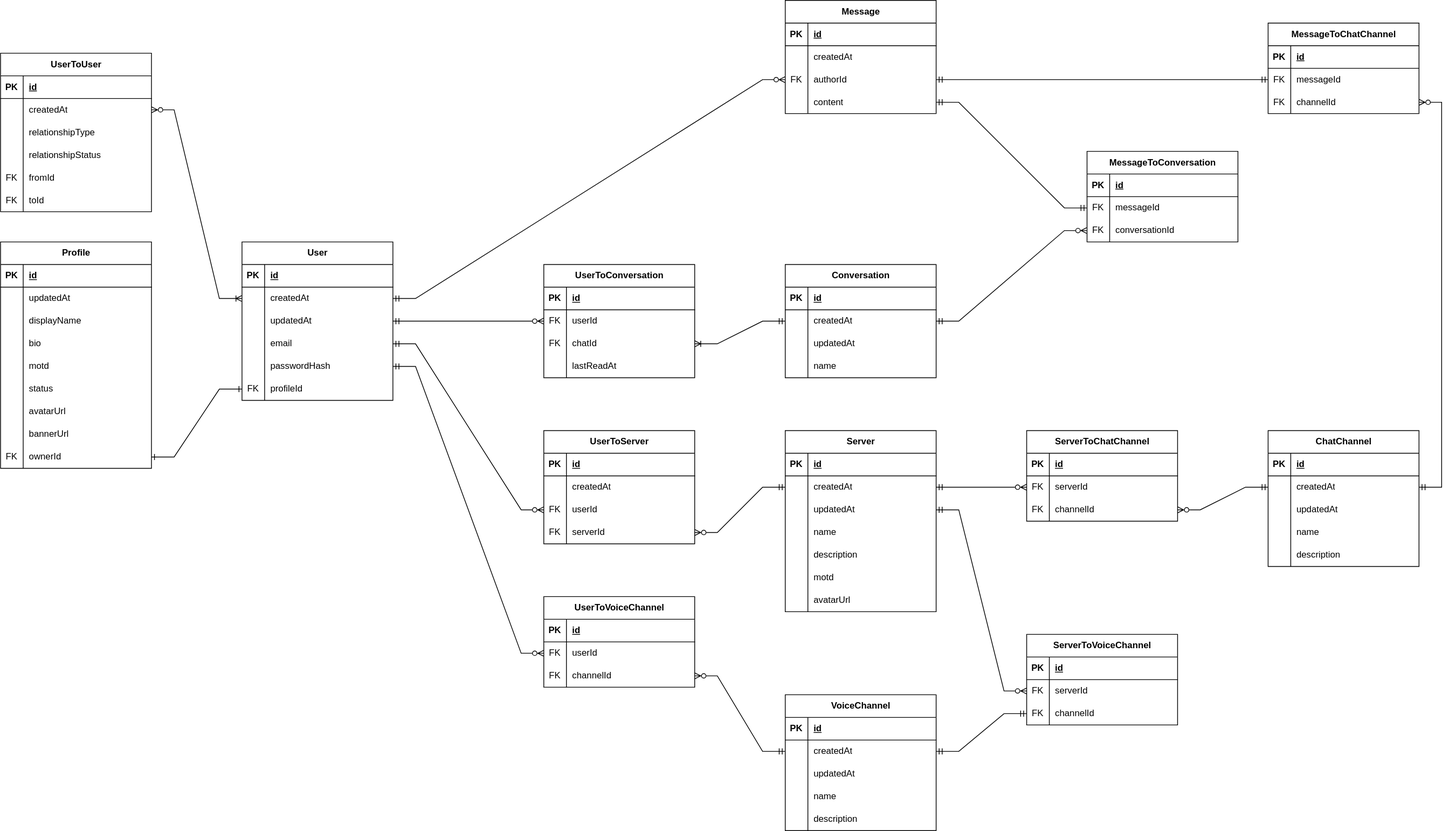
Earlier version of the draw.io export diagrams/er-diagram.svg (qonsensus/backend). Source tidied: cells renumbered, new cells last; positions are measured from the earlier drawing's top-left corner, leaving out a move shared by most shapes.
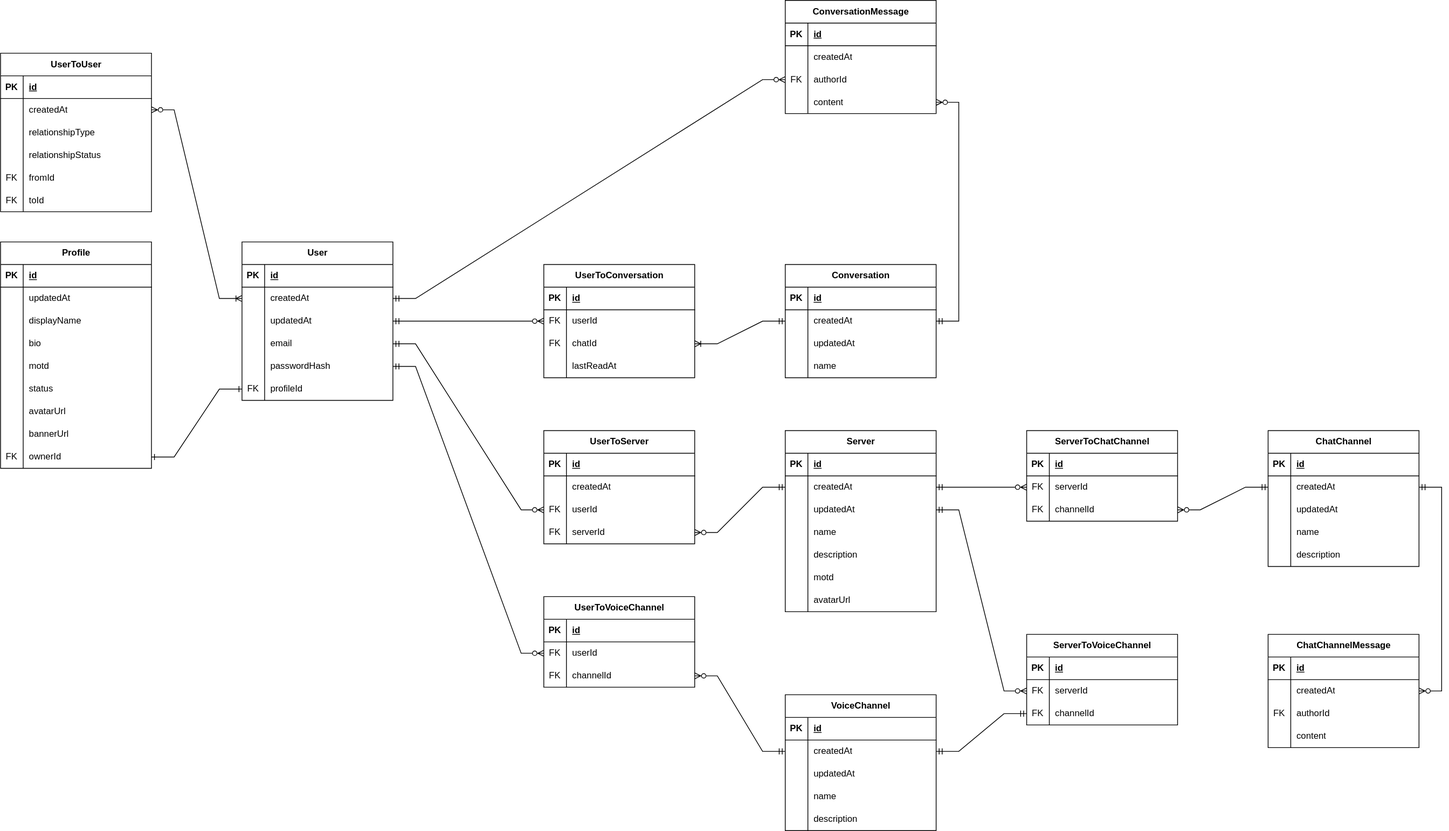
Later version of the same file.

Commit message:
feat: add ConversationMessage entity

Diff of the diagram source:
```diff
@@ -440,40 +440,10 @@
     <mxCell id="147" style="edgeStyle=entityRelationEdgeStyle;rounded=0;jettySize=auto;html=1;endArrow=ERmandOne;endFill=0;startArrow=ERzeroToMany;startFill=0;" parent="1" edge="1" source="127" target="135">
       <mxGeometry relative="1" as="geometry" />
     </mxCell>
-    <mxCell id="148" value="MessageToConversation" style="shape=table;startSize=30;rowLines=0;fontStyle=1;align=center;html=1;" parent="1" vertex="1">
-      <mxGeometry x="1440" y="200" width="200" height="120" as="geometry" />
-    </mxCell>
-    <mxCell id="149" style="shape=tableRow;horizontal=0;startSize=0;swimlaneHead=0;swimlaneBody=0;fillColor=none;top=0;left=0;right=0;bottom=1;" parent="148" vertex="1">
-      <mxGeometry y="30" width="200" height="30" as="geometry" />
-    </mxCell>
-    <mxCell id="150" value="PK" style="shape=partialRectangle;fillColor=none;top=0;left=0;bottom=0;right=0;fontStyle=1;overflow=hidden;whiteSpace=wrap;html=1;" parent="149" vertex="1">
-      <mxGeometry width="30" height="30" as="geometry" />
-    </mxCell>
-    <mxCell id="151" value="id" style="shape=partialRectangle;fillColor=none;top=0;left=0;bottom=0;right=0;align=left;spacingLeft=6;fontStyle=5;overflow=hidden;whiteSpace=wrap;html=1;" parent="149" vertex="1">
-      <mxGeometry x="30" width="170" height="30" as="geometry" />
-    </mxCell>
-    <mxCell id="152" style="shape=tableRow;horizontal=0;startSize=0;swimlaneHead=0;swimlaneBody=0;fillColor=none;points=[[0,0.5],[1,0.5]];portConstraint=eastwest;top=0;left=0;right=0;bottom=0;" parent="148" vertex="1">
-      <mxGeometry y="60" width="200" height="30" as="geometry" />
-    </mxCell>
-    <mxCell id="153" value="FK" style="shape=partialRectangle;fillColor=none;top=0;left=0;bottom=0;right=0;overflow=hidden;whiteSpace=wrap;html=1;" parent="152" vertex="1">
-      <mxGeometry width="30" height="30" as="geometry" />
-    </mxCell>
-    <mxCell id="154" value="messageId" style="shape=partialRectangle;fillColor=none;top=0;left=0;bottom=0;right=0;align=left;spacingLeft=6;overflow=hidden;whiteSpace=wrap;html=1;" parent="152" vertex="1">
-      <mxGeometry x="30" width="170" height="30" as="geometry" />
-    </mxCell>
-    <mxCell id="155" style="shape=tableRow;horizontal=0;startSize=0;swimlaneHead=0;swimlaneBody=0;fillColor=none;points=[[0,0.5],[1,0.5]];portConstraint=eastwest;top=0;left=0;right=0;bottom=0;" parent="148" vertex="1">
-      <mxGeometry y="90" width="200" height="30" as="geometry" />
-    </mxCell>
-    <mxCell id="156" value="FK" style="shape=partialRectangle;fillColor=none;top=0;left=0;bottom=0;right=0;overflow=hidden;whiteSpace=wrap;html=1;" parent="155" vertex="1">
-      <mxGeometry width="30" height="30" as="geometry" />
-    </mxCell>
-    <mxCell id="157" value="conversationId" style="shape=partialRectangle;fillColor=none;top=0;left=0;bottom=0;right=0;align=left;spacingLeft=6;overflow=hidden;whiteSpace=wrap;html=1;" parent="155" vertex="1">
-      <mxGeometry x="30" width="170" height="30" as="geometry" />
-    </mxCell>
-    <mxCell id="158" style="edgeStyle=entityRelationEdgeStyle;rounded=0;jettySize=auto;html=1;endArrow=ERmandOne;endFill=0;startArrow=ERzeroToMany;startFill=0;" parent="1" edge="1" source="155" target="74">
+    <mxCell id="158" style="edgeStyle=entityRelationEdgeStyle;rounded=0;jettySize=auto;html=1;endArrow=ERmandOne;endFill=0;startArrow=ERzeroToMany;startFill=0;exitX=1;exitY=0.5;exitDx=0;exitDy=0;" parent="1" edge="1" source="169" target="74">
       <mxGeometry relative="1" as="geometry" />
     </mxCell>
-    <mxCell id="159" value="Message" style="shape=table;startSize=30;rowLines=0;fontStyle=1;align=center;html=1;" parent="1" vertex="1">
+    <mxCell id="159" value="ConversationMessage" style="shape=table;startSize=30;rowLines=0;fontStyle=1;align=center;html=1;" parent="1" vertex="1">
       <mxGeometry x="1040" width="200" height="150" as="geometry" />
     </mxCell>
     <mxCell id="160" style="shape=tableRow;horizontal=0;startSize=0;swimlaneHead=0;swimlaneBody=0;fillColor=none;top=0;left=0;right=0;bottom=1;" parent="159" vertex="1">
@@ -512,46 +482,10 @@
     <mxCell id="171" value="content" style="shape=partialRectangle;fillColor=none;top=0;left=0;bottom=0;right=0;align=left;spacingLeft=6;overflow=hidden;whiteSpace=wrap;html=1;" parent="169" vertex="1">
       <mxGeometry x="30" width="170" height="30" as="geometry" />
     </mxCell>
-    <mxCell id="172" style="edgeStyle=entityRelationEdgeStyle;rounded=0;jettySize=auto;html=1;startArrow=ERmandOne;startFill=0;endArrow=ERmandOne;endFill=0;entryX=1;entryY=0.5;entryDx=0;entryDy=0;" parent="1" edge="1" source="152" target="169">
-      <mxGeometry relative="1" as="geometry" />
-    </mxCell>
     <mxCell id="173" style="edgeStyle=entityRelationEdgeStyle;rounded=0;jettySize=auto;html=1;entryX=1;entryY=0.5;entryDx=0;entryDy=0;endArrow=ERmandOne;endFill=0;startArrow=ERzeroToMany;startFill=0;" parent="1" edge="1" source="166" target="6">
       <mxGeometry relative="1" as="geometry" />
     </mxCell>
-    <mxCell id="174" value="MessageToChatChannel" style="shape=table;startSize=30;rowLines=0;fontStyle=1;align=center;html=1;" parent="1" vertex="1">
-      <mxGeometry x="1680" y="30" width="200" height="120" as="geometry" />
-    </mxCell>
-    <mxCell id="175" style="shape=tableRow;horizontal=0;startSize=0;swimlaneHead=0;swimlaneBody=0;fillColor=none;top=0;left=0;right=0;bottom=1;" parent="174" vertex="1">
-      <mxGeometry y="30" width="200" height="30" as="geometry" />
-    </mxCell>
-    <mxCell id="176" value="PK" style="shape=partialRectangle;fillColor=none;top=0;left=0;bottom=0;right=0;fontStyle=1;overflow=hidden;whiteSpace=wrap;html=1;" parent="175" vertex="1">
-      <mxGeometry width="30" height="30" as="geometry" />
-    </mxCell>
-    <mxCell id="177" value="id" style="shape=partialRectangle;fillColor=none;top=0;left=0;bottom=0;right=0;align=left;spacingLeft=6;fontStyle=5;overflow=hidden;whiteSpace=wrap;html=1;" parent="175" vertex="1">
-      <mxGeometry x="30" width="170" height="30" as="geometry" />
-    </mxCell>
-    <mxCell id="178" style="shape=tableRow;horizontal=0;startSize=0;swimlaneHead=0;swimlaneBody=0;fillColor=none;points=[[0,0.5],[1,0.5]];portConstraint=eastwest;top=0;left=0;right=0;bottom=0;" parent="174" vertex="1">
-      <mxGeometry y="60" width="200" height="30" as="geometry" />
-    </mxCell>
-    <mxCell id="179" value="FK" style="shape=partialRectangle;fillColor=none;top=0;left=0;bottom=0;right=0;overflow=hidden;whiteSpace=wrap;html=1;" parent="178" vertex="1">
-      <mxGeometry width="30" height="30" as="geometry" />
-    </mxCell>
-    <mxCell id="180" value="messageId" style="shape=partialRectangle;fillColor=none;top=0;left=0;bottom=0;right=0;align=left;spacingLeft=6;overflow=hidden;whiteSpace=wrap;html=1;" parent="178" vertex="1">
-      <mxGeometry x="30" width="170" height="30" as="geometry" />
-    </mxCell>
-    <mxCell id="181" style="shape=tableRow;horizontal=0;startSize=0;swimlaneHead=0;swimlaneBody=0;fillColor=none;points=[[0,0.5],[1,0.5]];portConstraint=eastwest;top=0;left=0;right=0;bottom=0;" parent="174" vertex="1">
-      <mxGeometry y="90" width="200" height="30" as="geometry" />
-    </mxCell>
-    <mxCell id="182" value="FK" style="shape=partialRectangle;fillColor=none;top=0;left=0;bottom=0;right=0;overflow=hidden;whiteSpace=wrap;html=1;" parent="181" vertex="1">
-      <mxGeometry width="30" height="30" as="geometry" />
-    </mxCell>
-    <mxCell id="183" value="channelId" style="shape=partialRectangle;fillColor=none;top=0;left=0;bottom=0;right=0;align=left;spacingLeft=6;overflow=hidden;whiteSpace=wrap;html=1;" parent="181" vertex="1">
-      <mxGeometry x="30" width="170" height="30" as="geometry" />
-    </mxCell>
-    <mxCell id="184" style="edgeStyle=entityRelationEdgeStyle;rounded=0;jettySize=auto;html=1;endArrow=ERmandOne;endFill=0;startArrow=ERmandOne;startFill=0;" parent="1" edge="1" source="178" target="166">
-      <mxGeometry relative="1" as="geometry" />
-    </mxCell>
-    <mxCell id="185" style="edgeStyle=entityRelationEdgeStyle;rounded=0;jettySize=auto;html=1;endArrow=ERmandOne;endFill=0;startArrow=ERzeroToMany;startFill=0;" parent="1" edge="1" source="181" target="135">
+    <mxCell id="185" style="edgeStyle=entityRelationEdgeStyle;rounded=0;jettySize=auto;html=1;endArrow=ERmandOne;endFill=0;startArrow=ERzeroToMany;startFill=0;exitX=1;exitY=0.5;exitDx=0;exitDy=0;" parent="1" edge="1" source="245" target="135">
       <mxGeometry relative="1" as="geometry" />
     </mxCell>
     <mxCell id="186" value="ServerToVoiceChannel" style="shape=table;startSize=30;rowLines=0;fontStyle=1;align=center;html=1;" parent="1" vertex="1">
@@ -719,5 +653,44 @@
     <mxCell id="240" style="edgeStyle=orthogonalEdgeStyle;rounded=0;jettySize=auto;html=1;entryX=1;entryY=0.5;entryDx=0;entryDy=0;endArrow=ERmandOne;endFill=0;startArrow=ERzeroToMany;startFill=0;" parent="1" edge="1" source="230" target="9">
       <mxGeometry relative="1" as="geometry" />
     </mxCell>
+    <mxCell id="241" value="ChatChannelMessage" style="shape=table;startSize=30;rowLines=0;fontStyle=1;align=center;html=1;" parent="1" vertex="1">
+      <mxGeometry x="1680" y="840" width="200" height="150" as="geometry" />
+    </mxCell>
+    <mxCell id="242" style="shape=tableRow;horizontal=0;startSize=0;swimlaneHead=0;swimlaneBody=0;fillColor=none;top=0;left=0;right=0;bottom=1;" parent="241" vertex="1">
+      <mxGeometry y="30" width="200" height="30" as="geometry" />
+    </mxCell>
+    <mxCell id="243" value="PK" style="shape=partialRectangle;fillColor=none;top=0;left=0;bottom=0;right=0;fontStyle=1;overflow=hidden;whiteSpace=wrap;html=1;" parent="242" vertex="1">
+      <mxGeometry width="30" height="30" as="geometry" />
+    </mxCell>
+    <mxCell id="244" value="id" style="shape=partialRectangle;fillColor=none;top=0;left=0;bottom=0;right=0;align=left;spacingLeft=6;fontStyle=5;overflow=hidden;whiteSpace=wrap;html=1;" parent="242" vertex="1">
+      <mxGeometry x="30" width="170" height="30" as="geometry" />
+    </mxCell>
+    <mxCell id="245" style="shape=tableRow;horizontal=0;startSize=0;swimlaneHead=0;swimlaneBody=0;fillColor=none;points=[[0,0.5],[1,0.5]];portConstraint=eastwest;top=0;left=0;right=0;bottom=0;" parent="241" vertex="1">
+      <mxGeometry y="60" width="200" height="30" as="geometry" />
+    </mxCell>
+    <mxCell id="246" style="shape=partialRectangle;fillColor=none;top=0;left=0;bottom=0;right=0;overflow=hidden;whiteSpace=wrap;html=1;" parent="245" vertex="1">
+      <mxGeometry width="30" height="30" as="geometry" />
+    </mxCell>
+    <mxCell id="247" value="createdAt" style="shape=partialRectangle;fillColor=none;top=0;left=0;bottom=0;right=0;align=left;spacingLeft=6;overflow=hidden;whiteSpace=wrap;html=1;" parent="245" vertex="1">
+      <mxGeometry x="30" width="170" height="30" as="geometry" />
+    </mxCell>
+    <mxCell id="248" style="shape=tableRow;horizontal=0;startSize=0;swimlaneHead=0;swimlaneBody=0;fillColor=none;top=0;left=0;right=0;bottom=0;" parent="241" vertex="1">
+      <mxGeometry y="90" width="200" height="30" as="geometry" />
+    </mxCell>
+    <mxCell id="249" value="FK" style="shape=partialRectangle;fillColor=none;top=0;left=0;bottom=0;right=0;overflow=hidden;whiteSpace=wrap;html=1;" parent="248" vertex="1">
+      <mxGeometry width="30" height="30" as="geometry" />
+    </mxCell>
+    <mxCell id="250" value="authorId" style="shape=partialRectangle;fillColor=none;top=0;left=0;bottom=0;right=0;align=left;spacingLeft=6;overflow=hidden;whiteSpace=wrap;html=1;" parent="248" vertex="1">
+      <mxGeometry x="30" width="170" height="30" as="geometry" />
+    </mxCell>
+    <mxCell id="251" style="shape=tableRow;horizontal=0;startSize=0;swimlaneHead=0;swimlaneBody=0;fillColor=none;top=0;left=0;right=0;bottom=0;" parent="241" vertex="1">
+      <mxGeometry y="120" width="200" height="30" as="geometry" />
+    </mxCell>
+    <mxCell id="252" style="shape=partialRectangle;fillColor=none;top=0;left=0;bottom=0;right=0;overflow=hidden;whiteSpace=wrap;html=1;" parent="251" vertex="1">
+      <mxGeometry width="30" height="30" as="geometry" />
+    </mxCell>
+    <mxCell id="253" value="content" style="shape=partialRectangle;fillColor=none;top=0;left=0;bottom=0;right=0;align=left;spacingLeft=6;overflow=hidden;whiteSpace=wrap;html=1;" parent="251" vertex="1">
+      <mxGeometry x="30" width="170" height="30" as="geometry" />
+    </mxCell>
   </root>
 </mxGraphModel>
```
